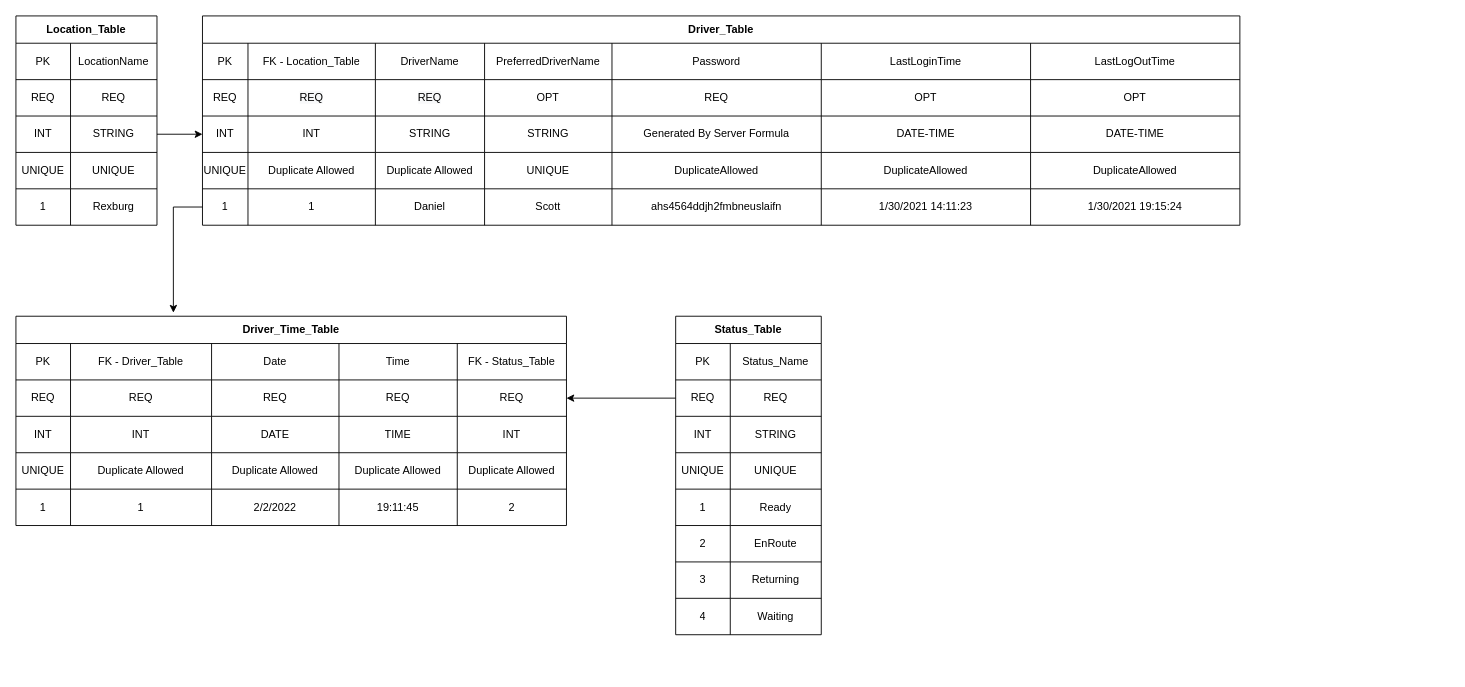
danthomsen42/doorzzaQueue keeps this draw.io diagram as doorzzaServer.drawio. Above is the earlier version. Source tidied: cells renumbered, new cells numbered last; positions are measured from the earlier drawing's top-left corner, leaving out a move shared by most shapes. Both pictures are drawn from the tidied source at 91%, with x=0, y=0 at pixel (15, 15).
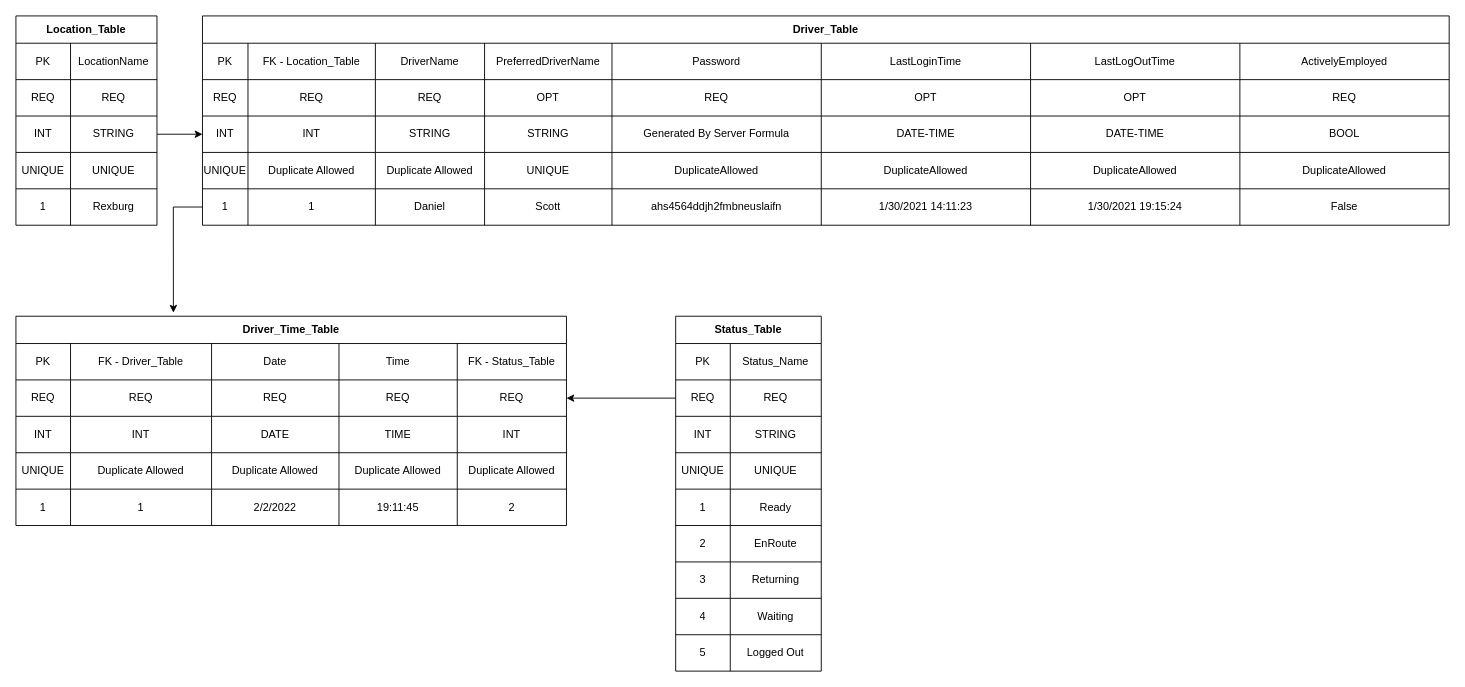
The same diagram, later.

What changed in the source:
```diff
@@
     <mxCell id="18" value="Driver_Table" style="shape=table;html=1;whiteSpace=wrap;startSize=30;childLayout=tableLayout;fontStyle=1;align=center;" parent="1" vertex="1">
-      <mxGeometry x="205" width="1140" height="230" as="geometry" />
+      <mxGeometry x="205" width="1370" height="230" as="geometry" />
     </mxCell>
     <mxCell id="19" style="shape=partialRectangle;html=1;whiteSpace=wrap;fillColor=none;top=0;left=0;bottom=0;right=0;" parent="18" vertex="1">
-      <mxGeometry y="30" width="1140" height="40" as="geometry" />
+      <mxGeometry y="30" width="1370" height="40" as="geometry" />
     </mxCell>
@@
+    <mxCell id="118" value="ActivelyEmployed" style="shape=partialRectangle;html=1;whiteSpace=wrap;fillColor=none;top=0;left=0;bottom=0;right=0;overflow=hidden;" parent="19" vertex="1">
+      <mxGeometry x="1140" width="230" height="40" as="geometry" />
+    </mxCell>
     <mxCell id="27" style="shape=partialRectangle;html=1;whiteSpace=wrap;fillColor=none;top=0;left=0;bottom=0;right=0;" parent="18" vertex="1">
-      <mxGeometry y="70" width="1140" height="40" as="geometry" />
+      <mxGeometry y="70" width="1370" height="40" as="geometry" />
     </mxCell>
@@
+    <mxCell id="119" value="REQ" style="shape=partialRectangle;html=1;whiteSpace=wrap;fillColor=none;top=0;left=0;bottom=0;right=0;overflow=hidden;" parent="27" vertex="1">
+      <mxGeometry x="1140" width="230" height="40" as="geometry" />
+    </mxCell>
     <mxCell id="35" style="shape=partialRectangle;html=1;whiteSpace=wrap;fillColor=none;top=0;left=0;bottom=0;right=0;points=[[0,0.5],[1,0.5]];portConstraint=eastwest;" parent="18" vertex="1">
-      <mxGeometry y="110" width="1140" height="40" as="geometry" />
+      <mxGeometry y="110" width="1370" height="40" as="geometry" />
     </mxCell>
@@
+    <mxCell id="120" value="BOOL" style="shape=partialRectangle;html=1;whiteSpace=wrap;fillColor=none;top=0;left=0;bottom=0;right=0;overflow=hidden;" parent="35" vertex="1">
+      <mxGeometry x="1140" width="230" height="40" as="geometry" />
+    </mxCell>
     <mxCell id="43" style="shape=partialRectangle;html=1;whiteSpace=wrap;fillColor=none;top=0;left=0;bottom=0;right=0;" parent="18" vertex="1">
-      <mxGeometry y="150" width="1140" height="40" as="geometry" />
+      <mxGeometry y="150" width="1370" height="40" as="geometry" />
     </mxCell>
@@
+    <mxCell id="121" value="DuplicateAllowed" style="shape=partialRectangle;html=1;whiteSpace=wrap;fillColor=none;top=0;left=0;bottom=0;right=0;overflow=hidden;" parent="43" vertex="1">
+      <mxGeometry x="1140" width="230" height="40" as="geometry" />
+    </mxCell>
     <mxCell id="51" style="shape=partialRectangle;html=1;whiteSpace=wrap;fillColor=none;top=0;left=0;bottom=0;right=0;points=[[0,0.5],[1,0.5]];portConstraint=eastwest;" parent="18" vertex="1">
-      <mxGeometry y="190" width="1140" height="40" as="geometry" />
+      <mxGeometry y="190" width="1370" height="40" as="geometry" />
     </mxCell>
@@
+    <mxCell id="122" value="False" style="shape=partialRectangle;html=1;whiteSpace=wrap;fillColor=none;top=0;left=0;bottom=0;right=0;overflow=hidden;" parent="51" vertex="1">
+      <mxGeometry x="1140" width="230" height="40" as="geometry" />
+    </mxCell>
@@
     <mxCell id="90" value="Status_Table" style="shape=table;html=1;whiteSpace=wrap;startSize=30;childLayout=tableLayout;fontStyle=1;align=center;" parent="1" vertex="1">
-      <mxGeometry x="725" y="330" width="160" height="350" as="geometry" />
+      <mxGeometry x="725" y="330" width="160" height="390" as="geometry" />
     </mxCell>
@@
+    <mxCell id="123" style="shape=partialRectangle;html=1;whiteSpace=wrap;fillColor=none;top=0;left=0;bottom=0;right=0;" parent="90" vertex="1">
+      <mxGeometry y="350" width="160" height="40" as="geometry" />
+    </mxCell>
+    <mxCell id="124" value="5" style="shape=partialRectangle;html=1;whiteSpace=wrap;fillColor=none;top=0;left=0;bottom=0;right=0;overflow=hidden;" parent="123" vertex="1">
+      <mxGeometry width="60" height="40" as="geometry" />
+    </mxCell>
+    <mxCell id="125" value="Logged Out" style="shape=partialRectangle;html=1;whiteSpace=wrap;fillColor=none;top=0;left=0;bottom=0;right=0;overflow=hidden;" parent="123" vertex="1">
+      <mxGeometry x="60" width="100" height="40" as="geometry" />
+    </mxCell>
```
